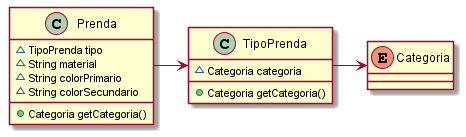
Earlier version of the PlantUML export img/iteracion1.png (mnigliazzo/qmp-grupo10).
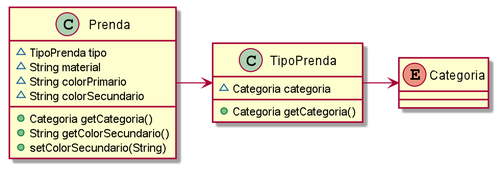
Later version of the same file.

What changed in the source:
```diff
@@ -5,6 +5,8 @@
 ~ String colorPrimario
 ~ String colorSecundario
 + Categoria getCategoria()
++ String getColorSecundario()
++ setColorSecundario(String)
 }
 class TipoPrenda {
 ~ Categoria categoria
```
